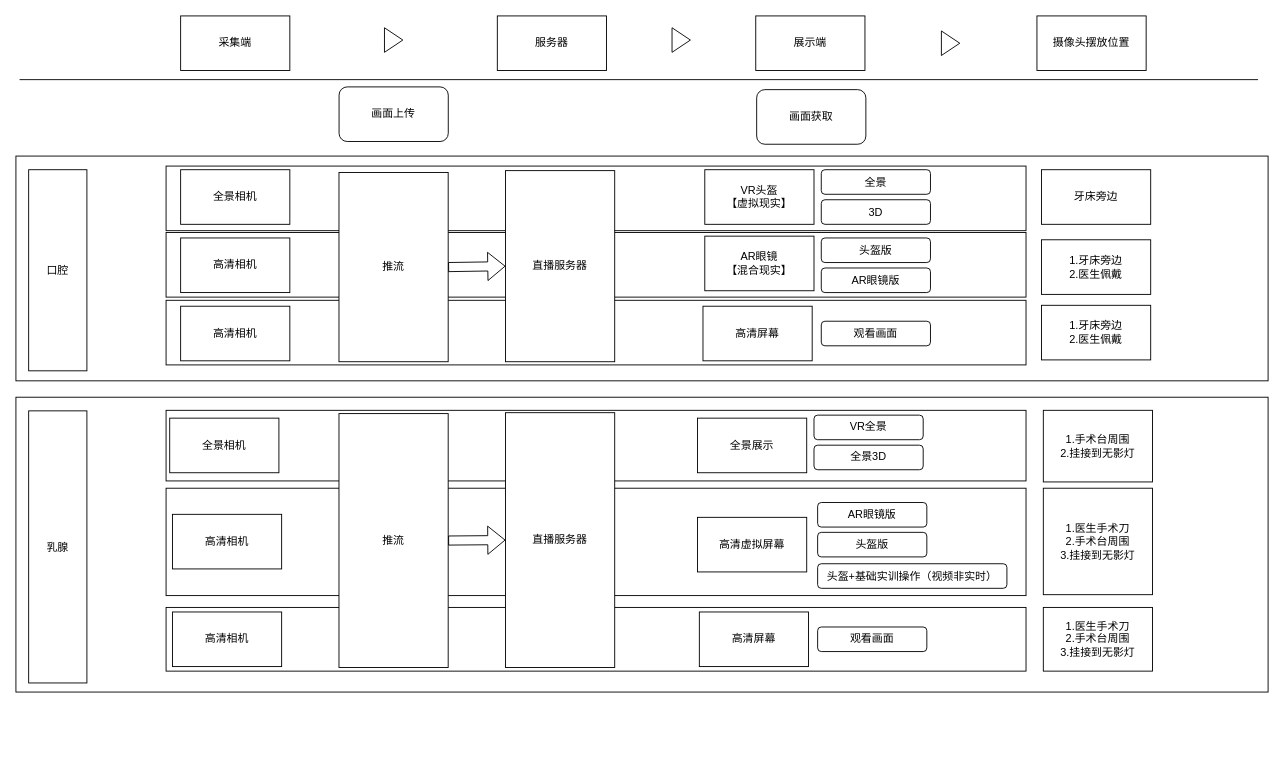
Above: 未命名绘图.drawio in 15140252710/OneGithubProject (draw.io), before the change. Source tidied: cells renumbered, new cells numbered last; positions are measured from the earlier drawing's top-left corner, leaving out a move shared by most shapes. Both pictures are drawn from the tidied source at 91%, with x=0, y=0 at pixel (15, 15).
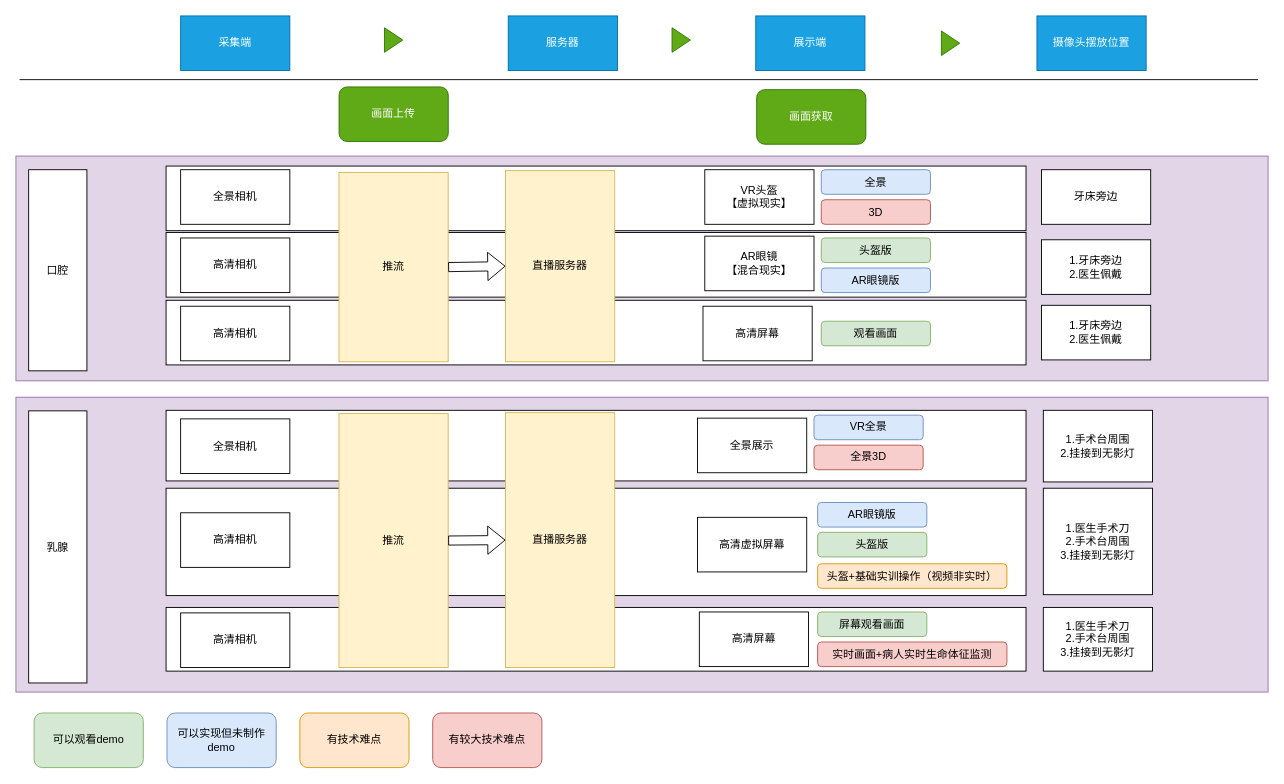
After the change.

Commit message:
更新未命名绘图.drawio

Diff of the diagram source:
```diff
@@
-    <mxCell id="2" value="采集端" style="rounded=0;whiteSpace=wrap;html=1;" parent="1" vertex="1">
+    <mxCell id="2" value="采集端" style="rounded=0;whiteSpace=wrap;html=1;fillColor=#1ba1e2;fontColor=#ffffff;strokeColor=#006EAF;" parent="1" vertex="1">
       <mxGeometry x="181" width="120" height="60" as="geometry" />
     </mxCell>
-    <mxCell id="3" value="服务器" style="rounded=0;whiteSpace=wrap;html=1;" parent="1" vertex="1">
-      <mxGeometry x="529" width="120" height="60" as="geometry" />
+    <mxCell id="3" value="服务器" style="rounded=0;whiteSpace=wrap;html=1;fillColor=#1ba1e2;fontColor=#ffffff;strokeColor=#006EAF;" parent="1" vertex="1">
+      <mxGeometry x="541" width="120" height="60" as="geometry" />
     </mxCell>
-    <mxCell id="4" value="展示端" style="rounded=0;whiteSpace=wrap;html=1;" parent="1" vertex="1">
+    <mxCell id="4" value="展示端" style="rounded=0;whiteSpace=wrap;html=1;fillColor=#1ba1e2;fontColor=#ffffff;strokeColor=#006EAF;" parent="1" vertex="1">
       <mxGeometry x="813" width="120" height="60" as="geometry" />
     </mxCell>
-    <mxCell id="5" value="摄像头摆放位置" style="rounded=0;whiteSpace=wrap;html=1;" parent="1" vertex="1">
+    <mxCell id="5" value="摄像头摆放位置" style="rounded=0;whiteSpace=wrap;html=1;fillColor=#1ba1e2;fontColor=#ffffff;strokeColor=#006EAF;" parent="1" vertex="1">
       <mxGeometry x="1122" width="120" height="60" as="geometry" />
     </mxCell>
-    <mxCell id="6" style="rounded=0;whiteSpace=wrap;html=1;" parent="1" vertex="1">
+    <mxCell id="6" style="rounded=0;whiteSpace=wrap;html=1;fillColor=#e1d5e7;strokeColor=#9673a6;" parent="1" vertex="1">
       <mxGeometry y="154" width="1376" height="247" as="geometry" />
     </mxCell>
@@
-    <mxCell id="13" value="直播服务器" style="rounded=0;whiteSpace=wrap;html=1;" parent="6" vertex="1">
+    <mxCell id="13" value="直播服务器" style="rounded=0;whiteSpace=wrap;html=1;fillColor=#fff2cc;strokeColor=#d6b656;" parent="6" vertex="1">
       <mxGeometry x="538" y="16" width="120" height="210" as="geometry" />
     </mxCell>
@@
-    <mxCell id="15" value="画面上传" style="rounded=1;whiteSpace=wrap;html=1;" parent="1" vertex="1">
+    <mxCell id="15" value="画面上传" style="rounded=1;whiteSpace=wrap;html=1;fillColor=#60a917;fontColor=#ffffff;strokeColor=#2D7600;" parent="1" vertex="1">
       <mxGeometry x="355.1" y="78" width="120" height="60" as="geometry" />
     </mxCell>
-    <mxCell id="16" value="画面获取" style="rounded=1;whiteSpace=wrap;html=1;" parent="1" vertex="1">
+    <mxCell id="16" value="画面获取" style="rounded=1;whiteSpace=wrap;html=1;fillColor=#60a917;fontColor=#ffffff;strokeColor=#2D7600;" parent="1" vertex="1">
       <mxGeometry x="814" y="81" width="120" height="60" as="geometry" />
     </mxCell>
@@
-    <mxCell id="18" style="triangle;whiteSpace=wrap;html=1;" parent="1" vertex="1">
+    <mxCell id="18" style="triangle;whiteSpace=wrap;html=1;fillColor=#60a917;fontColor=#ffffff;strokeColor=#2D7600;" parent="1" vertex="1">
       <mxGeometry x="405" y="13" width="20.2" height="27" as="geometry" />
     </mxCell>
-    <mxCell id="19" style="triangle;whiteSpace=wrap;html=1;" parent="1" vertex="1">
+    <mxCell id="19" style="triangle;whiteSpace=wrap;html=1;fillColor=#60a917;fontColor=#ffffff;strokeColor=#2D7600;" parent="1" vertex="1">
       <mxGeometry x="721" y="13" width="20.2" height="27" as="geometry" />
     </mxCell>
-    <mxCell id="20" style="triangle;whiteSpace=wrap;html=1;" parent="1" vertex="1">
+    <mxCell id="20" style="triangle;whiteSpace=wrap;html=1;fillColor=#60a917;fontColor=#ffffff;strokeColor=#2D7600;" parent="1" vertex="1">
       <mxGeometry x="1017" y="16.5" width="20.2" height="27" as="geometry" />
     </mxCell>
@@
-    <mxCell id="24" value="推流" style="rounded=0;whiteSpace=wrap;html=1;" parent="1" vertex="1">
+    <mxCell id="24" value="推流" style="rounded=0;whiteSpace=wrap;html=1;fillColor=#fff2cc;strokeColor=#d6b656;" parent="1" vertex="1">
       <mxGeometry x="355" y="172" width="120" height="208" as="geometry" />
     </mxCell>
@@
-    <mxCell id="27" value="全景" style="rounded=1;whiteSpace=wrap;html=1;" parent="1" vertex="1">
+    <mxCell id="27" value="全景" style="rounded=1;whiteSpace=wrap;html=1;fillColor=#dae8fc;strokeColor=#6c8ebf;" parent="1" vertex="1">
       <mxGeometry x="885" y="169" width="120" height="27" as="geometry" />
     </mxCell>
-    <mxCell id="28" value="3D" style="rounded=1;whiteSpace=wrap;html=1;" parent="1" vertex="1">
+    <mxCell id="28" value="3D" style="rounded=1;whiteSpace=wrap;html=1;fillColor=#f8cecc;strokeColor=#b85450;" parent="1" vertex="1">
       <mxGeometry x="885" y="202" width="120" height="27" as="geometry" />
     </mxCell>
@@
-    <mxCell id="30" value="头盔版" style="rounded=1;whiteSpace=wrap;html=1;" parent="1" vertex="1">
+    <mxCell id="30" value="头盔版" style="rounded=1;whiteSpace=wrap;html=1;fillColor=#d5e8d4;strokeColor=#82b366;" parent="1" vertex="1">
       <mxGeometry x="885" y="244" width="120" height="27" as="geometry" />
     </mxCell>
-    <mxCell id="31" value="AR眼镜版" style="rounded=1;whiteSpace=wrap;html=1;" parent="1" vertex="1">
+    <mxCell id="31" value="AR眼镜版" style="rounded=1;whiteSpace=wrap;html=1;fillColor=#dae8fc;strokeColor=#6c8ebf;" parent="1" vertex="1">
       <mxGeometry x="885" y="277" width="120" height="27" as="geometry" />
     </mxCell>
@@
-    <mxCell id="33" value="观看画面" style="rounded=1;whiteSpace=wrap;html=1;" parent="1" vertex="1">
+    <mxCell id="33" value="观看画面" style="rounded=1;whiteSpace=wrap;html=1;fillColor=#d5e8d4;strokeColor=#82b366;" parent="1" vertex="1">
       <mxGeometry x="885" y="335.5" width="120" height="27" as="geometry" />
     </mxCell>
-    <mxCell id="34" style="rounded=0;whiteSpace=wrap;html=1;" parent="1" vertex="1">
+    <mxCell id="34" style="rounded=0;whiteSpace=wrap;html=1;fillColor=#e1d5e7;strokeColor=#9673a6;" parent="1" vertex="1">
       <mxGeometry y="419" width="1376" height="324" as="geometry" />
     </mxCell>
@@
-    <mxCell id="40" value="直播服务器" style="rounded=0;whiteSpace=wrap;html=1;" parent="34" vertex="1">
+    <mxCell id="40" value="直播服务器" style="rounded=0;whiteSpace=wrap;html=1;fillColor=#fff2cc;strokeColor=#d6b656;" parent="34" vertex="1">
       <mxGeometry x="538" y="17" width="120" height="280" as="geometry" />
     </mxCell>
     <mxCell id="41" value="高清相机" style="rounded=0;whiteSpace=wrap;html=1;" parent="34" vertex="1">
-      <mxGeometry x="172" y="236" width="120" height="60" as="geometry" />
+      <mxGeometry x="181" y="237" width="120" height="60" as="geometry" />
     </mxCell>
@@
-    <mxCell id="43" value="观看画面" style="rounded=1;whiteSpace=wrap;html=1;" parent="34" vertex="1">
-      <mxGeometry x="881" y="252.5" width="120" height="27" as="geometry" />
+    <mxCell id="43" value="屏幕观看画面" style="rounded=1;whiteSpace=wrap;html=1;fillColor=#d5e8d4;strokeColor=#82b366;" parent="34" vertex="1">
+      <mxGeometry x="881" y="236" width="120" height="27" as="geometry" />
     </mxCell>
     <mxCell id="44" value="高清相机" style="rounded=0;whiteSpace=wrap;html=1;" parent="34" vertex="1">
-      <mxGeometry x="172" y="128.7" width="120" height="60" as="geometry" />
+      <mxGeometry x="181" y="127" width="120" height="60" as="geometry" />
     </mxCell>
@@
-    <mxCell id="46" value="头盔版" style="rounded=1;whiteSpace=wrap;html=1;" parent="34" vertex="1">
+    <mxCell id="46" value="头盔版" style="rounded=1;whiteSpace=wrap;html=1;fillColor=#d5e8d4;strokeColor=#82b366;" parent="34" vertex="1">
       <mxGeometry x="881" y="148.5" width="120" height="27" as="geometry" />
     </mxCell>
-    <mxCell id="47" value="AR眼镜版" style="rounded=1;whiteSpace=wrap;html=1;" parent="34" vertex="1">
+    <mxCell id="47" value="AR眼镜版" style="rounded=1;whiteSpace=wrap;html=1;fillColor=#dae8fc;strokeColor=#6c8ebf;" parent="34" vertex="1">
       <mxGeometry x="881" y="115.7" width="120" height="27" as="geometry" />
     </mxCell>
@@
-    <mxCell id="50" value="全景3D" style="rounded=1;whiteSpace=wrap;html=1;" parent="34" vertex="1">
+    <mxCell id="50" value="全景3D" style="rounded=1;whiteSpace=wrap;html=1;fillColor=#f8cecc;strokeColor=#b85450;" parent="34" vertex="1">
       <mxGeometry x="877" y="52.7" width="120" height="27" as="geometry" />
     </mxCell>
-    <mxCell id="51" value="VR全景" style="rounded=1;whiteSpace=wrap;html=1;" parent="34" vertex="1">
+    <mxCell id="51" value="VR全景" style="rounded=1;whiteSpace=wrap;html=1;fillColor=#dae8fc;strokeColor=#6c8ebf;" parent="34" vertex="1">
       <mxGeometry x="877" y="19.7" width="120" height="27" as="geometry" />
     </mxCell>
     <mxCell id="52" value="全景相机" style="rounded=0;whiteSpace=wrap;html=1;" parent="34" vertex="1">
-      <mxGeometry x="169" y="23" width="120" height="60" as="geometry" />
+      <mxGeometry x="181" y="23.8" width="120" height="60" as="geometry" />
     </mxCell>
-    <mxCell id="53" value="头盔+基础实训操作（视频非实时）" style="rounded=1;whiteSpace=wrap;html=1;" parent="34" vertex="1">
+    <mxCell id="53" value="头盔+基础实训操作（视频非实时）" style="rounded=1;whiteSpace=wrap;html=1;fillColor=#ffe6cc;strokeColor=#d79b00;" parent="34" vertex="1">
       <mxGeometry x="881" y="183" width="208" height="27" as="geometry" />
     </mxCell>
+    <mxCell id="57" value="实时画面+病人实时生命体征监测" style="rounded=1;whiteSpace=wrap;html=1;fillColor=#f8cecc;strokeColor=#b85450;" parent="34" vertex="1">
+      <mxGeometry x="881" y="269" width="208" height="27" as="geometry" />
+    </mxCell>
@@
-    <mxCell id="55" value="推流" style="rounded=0;whiteSpace=wrap;html=1;" parent="1" vertex="1">
+    <mxCell id="55" value="推流" style="rounded=0;whiteSpace=wrap;html=1;fillColor=#fff2cc;strokeColor=#d6b656;" parent="1" vertex="1">
       <mxGeometry x="355" y="437" width="120" height="279" as="geometry" />
     </mxCell>
@@
+    <mxCell id="58" value="可以观看demo" style="rounded=1;whiteSpace=wrap;html=1;fillColor=#d5e8d4;strokeColor=#82b366;" parent="1" vertex="1">
+      <mxGeometry x="20" y="766" width="120" height="60" as="geometry" />
+    </mxCell>
+    <mxCell id="59" value="可以实现但未制作demo" style="rounded=1;whiteSpace=wrap;html=1;fillColor=#dae8fc;strokeColor=#6c8ebf;" parent="1" vertex="1">
+      <mxGeometry x="166" y="766" width="120" height="60" as="geometry" />
+    </mxCell>
+    <mxCell id="60" value="有技术难点" style="rounded=1;whiteSpace=wrap;html=1;fillColor=#ffe6cc;strokeColor=#d79b00;" parent="1" vertex="1">
+      <mxGeometry x="312" y="766" width="120" height="60" as="geometry" />
+    </mxCell>
+    <mxCell id="61" value="有较大技术难点" style="rounded=1;whiteSpace=wrap;html=1;fillColor=#f8cecc;strokeColor=#b85450;" parent="1" vertex="1">
+      <mxGeometry x="458" y="766" width="120" height="60" as="geometry" />
+    </mxCell>
```
